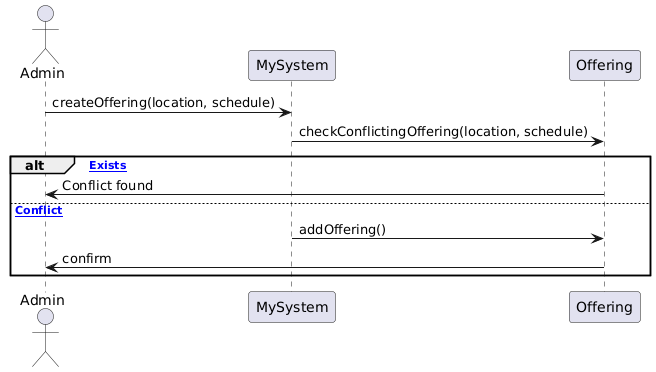
Above: Diagrams/UML_InteractionDiagrams/AdminCreatesOffering.png in ABALkhabbaz/LessonSchedulingSystem (PlantUML), before the change.
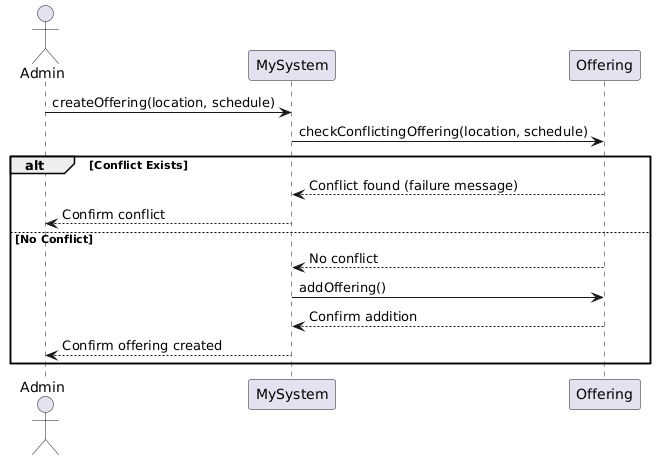
Above is the later version.

Diff of the diagram source:
```diff
@@ -2,10 +2,13 @@
 actor Admin
 Admin -> MySystem: createOffering(location, schedule)
 MySystem -> Offering: checkConflictingOffering(location, schedule)
-alt [Conflict Exists]
-    Offering -> Admin: Conflict found
-else [No Conflict]
+alt Conflict Exists
+    Offering --> MySystem: Conflict found (failure message)
+    MySystem --> Admin: Confirm conflict
+else No Conflict
+    Offering --> MySystem: No conflict
     MySystem -> Offering: addOffering()
-    Offering -> Admin: confirm
+    Offering --> MySystem: Confirm addition
+    MySystem --> Admin: Confirm offering created
 end
 @enduml
```
